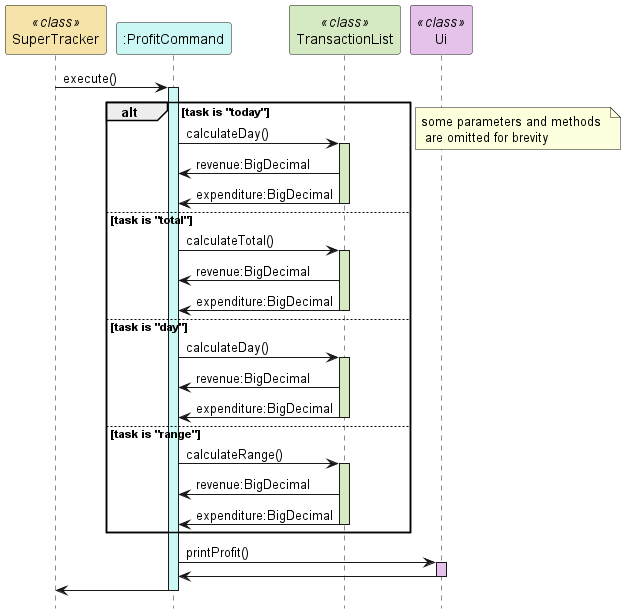
Earlier version of the PlantUML export docs/uml-diagrams/ProfitCommandSequence.png (rismm/tp).
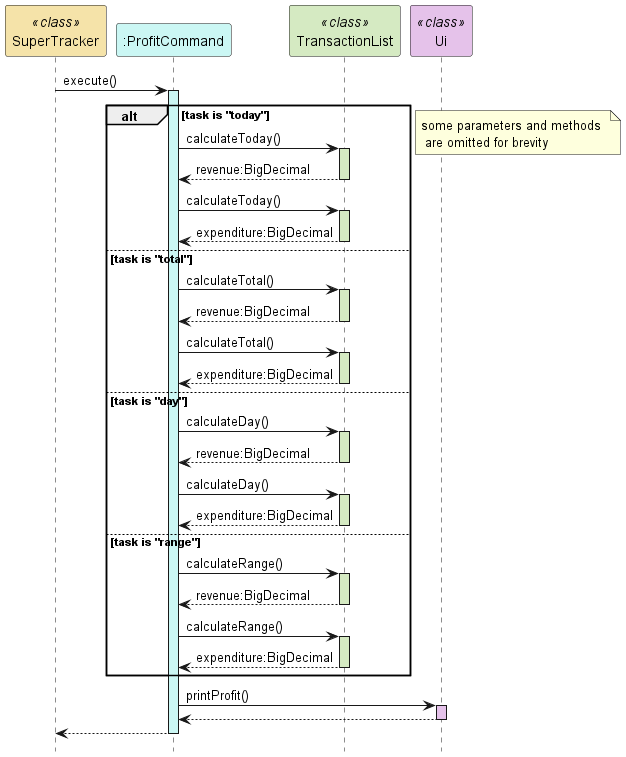
Above is the later version.

What changed in the source:
```diff
@@ -8,41 +8,54 @@
 SuperTracker -> ProfitCommand : execute()
 activate ProfitCommand #cbf7f4
 alt task is "today"
-    ProfitCommand -> TransactionList : calculateDay()
+    ProfitCommand -> TransactionList : calculateToday()
     activate TransactionList #d5eac2
-    TransactionList -> ProfitCommand : revenue:BigDecimal
-    TransactionList -> ProfitCommand : expenditure:BigDecimal
+    TransactionList --> ProfitCommand : revenue:BigDecimal
+    deactivate TransactionList
+    ProfitCommand -> TransactionList : calculateToday()
+    activate TransactionList #d5eac2
+    TransactionList --> ProfitCommand : expenditure:BigDecimal
     deactivate TransactionList
 
 else task is "total"
     ProfitCommand -> TransactionList : calculateTotal()
     activate TransactionList #d5eac2
-    TransactionList -> ProfitCommand : revenue:BigDecimal
-    TransactionList -> ProfitCommand : expenditure:BigDecimal
+    TransactionList --> ProfitCommand : revenue:BigDecimal
+    deactivate TransactionList
+    ProfitCommand -> TransactionList : calculateTotal()
+    activate TransactionList #d5eac2
+    TransactionList --> ProfitCommand : expenditure:BigDecimal
     deactivate TransactionList
 
 else task is "day"
     ProfitCommand -> TransactionList : calculateDay()
     activate TransactionList #d5eac2
-    TransactionList -> ProfitCommand : revenue:BigDecimal
-    TransactionList -> ProfitCommand : expenditure:BigDecimal
+    TransactionList --> ProfitCommand : revenue:BigDecimal
+    deactivate TransactionList
+    ProfitCommand -> TransactionList : calculateDay()
+    activate TransactionList #d5eac2
+    TransactionList --> ProfitCommand : expenditure:BigDecimal
     deactivate TransactionList
 
 else task is "range"
     ProfitCommand -> TransactionList : calculateRange()
     activate TransactionList #d5eac2
-    TransactionList -> ProfitCommand : revenue:BigDecimal
-    TransactionList -> ProfitCommand : expenditure:BigDecimal
+    TransactionList --> ProfitCommand : revenue:BigDecimal
+    deactivate TransactionList
+    ProfitCommand -> TransactionList : calculateRange()
+    activate TransactionList #d5eac2
+    TransactionList --> ProfitCommand : expenditure:BigDecimal
     deactivate TransactionList
 end
+
 note right : some parameters and methods \n are omitted for brevity
 
 ProfitCommand -> Ui : printProfit()
 activate Ui #e5c2ea
-Ui -> ProfitCommand
+Ui --> ProfitCommand
 deactivate Ui
 
-ProfitCommand -> SuperTracker
+ProfitCommand --> SuperTracker
 deactivate ProfitCommand
 
 @enduml
```
